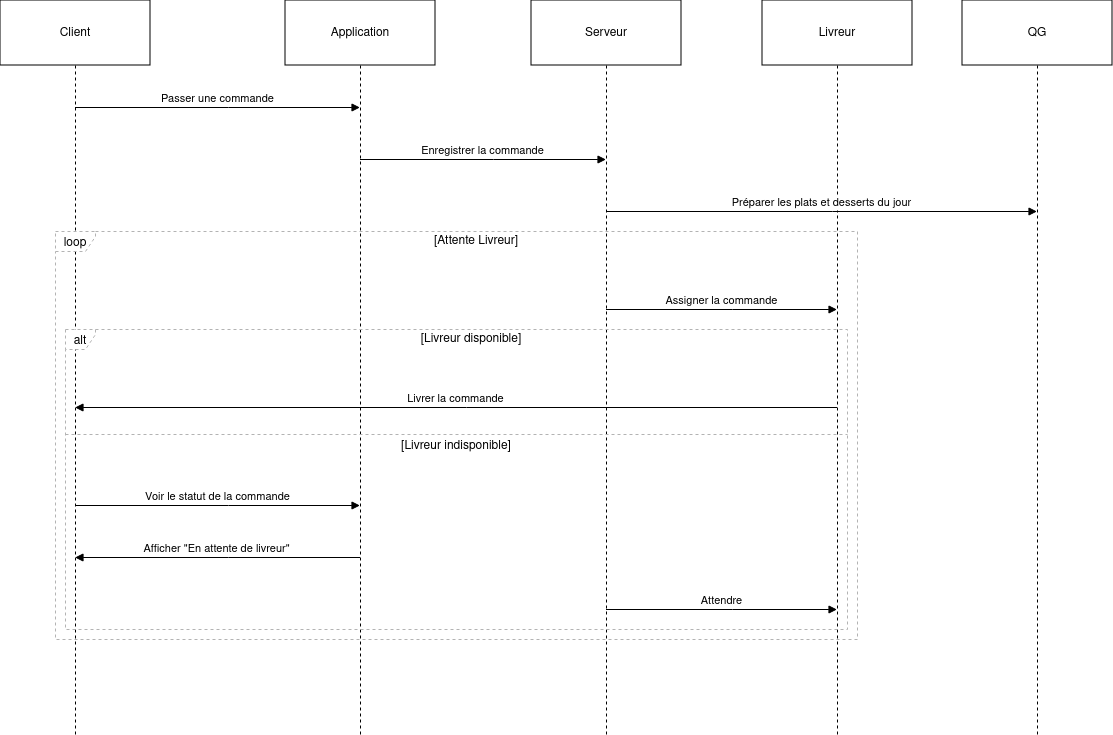
The draw.io diagram livrables/Projet 4 - diagramme de séquences - création de commande.drawio.png in thomaschagneux/ExpressFood, before a commit. Source tidied: cells renumbered, new cells last; positions are measured from the earlier drawing's top-left corner, leaving out a move shared by most shapes.
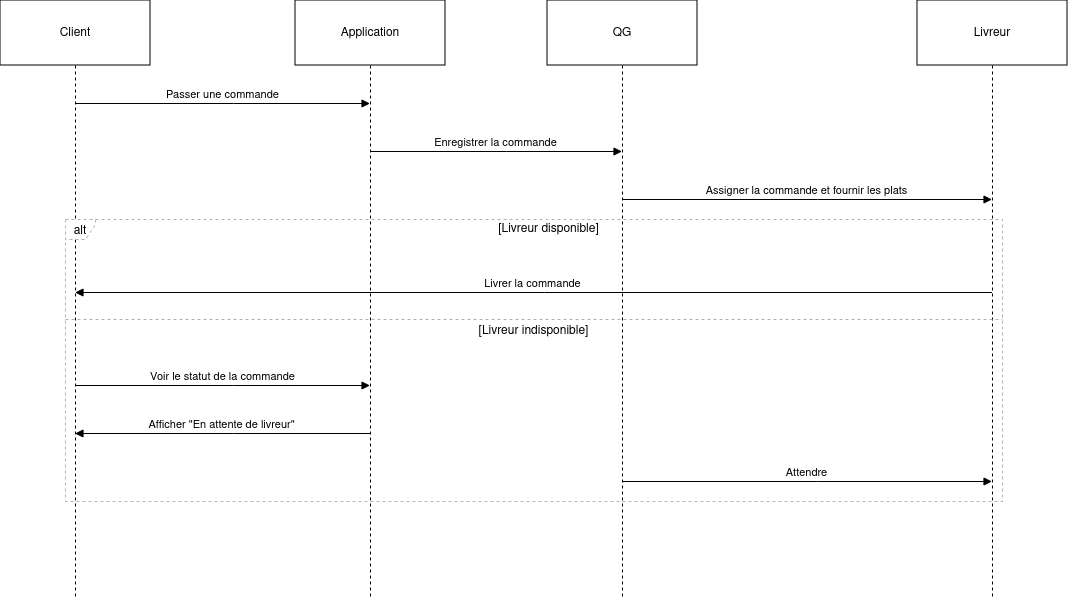
The same diagram one commit later.

The edit, as a diff of the source:
```diff
@@ -3,88 +3,72 @@
     <mxCell id="0" />
     <mxCell id="1" parent="0" />
     <mxCell id="2" value="Client" style="shape=umlLifeline;perimeter=lifelinePerimeter;whiteSpace=wrap;outlineConnect=0;portConstraint=eastwest;newEdgeStyle={&quot;edgeStyle&quot;:&quot;elbowEdgeStyle&quot;,&quot;elbow&quot;:&quot;vertical&quot;,&quot;curved&quot;:0,&quot;rounded&quot;:0};size=65;" parent="1" vertex="1">
-      <mxGeometry width="150" height="734" as="geometry" />
+      <mxGeometry x="20" y="20" width="150" height="596" as="geometry" />
     </mxCell>
     <mxCell id="3" value="Application" style="shape=umlLifeline;perimeter=lifelinePerimeter;whiteSpace=wrap;outlineConnect=0;portConstraint=eastwest;newEdgeStyle={&quot;edgeStyle&quot;:&quot;elbowEdgeStyle&quot;,&quot;elbow&quot;:&quot;vertical&quot;,&quot;curved&quot;:0,&quot;rounded&quot;:0};size=65;" parent="1" vertex="1">
-      <mxGeometry x="285" width="150" height="734" as="geometry" />
+      <mxGeometry x="315" y="20" width="150" height="596" as="geometry" />
     </mxCell>
-    <mxCell id="4" value="Serveur" style="shape=umlLifeline;perimeter=lifelinePerimeter;whiteSpace=wrap;outlineConnect=0;portConstraint=eastwest;newEdgeStyle={&quot;edgeStyle&quot;:&quot;elbowEdgeStyle&quot;,&quot;elbow&quot;:&quot;vertical&quot;,&quot;curved&quot;:0,&quot;rounded&quot;:0};size=65;" parent="1" vertex="1">
-      <mxGeometry x="531" width="150" height="734" as="geometry" />
-    </mxCell>
+    <mxCell id="6" value="QG" style="shape=umlLifeline;perimeter=lifelinePerimeter;whiteSpace=wrap;outlineConnect=0;portConstraint=eastwest;newEdgeStyle={&quot;edgeStyle&quot;:&quot;elbowEdgeStyle&quot;,&quot;elbow&quot;:&quot;vertical&quot;,&quot;curved&quot;:0,&quot;rounded&quot;:0};size=65;" parent="1" vertex="1">
+      <mxGeometry x="567" y="20" width="150" height="596" as="geometry" />
+    </mxCell>
     <mxCell id="5" value="Livreur" style="shape=umlLifeline;perimeter=lifelinePerimeter;whiteSpace=wrap;outlineConnect=0;portConstraint=eastwest;newEdgeStyle={&quot;edgeStyle&quot;:&quot;elbowEdgeStyle&quot;,&quot;elbow&quot;:&quot;vertical&quot;,&quot;curved&quot;:0,&quot;rounded&quot;:0};size=65;" parent="1" vertex="1">
-      <mxGeometry x="762" width="150" height="734" as="geometry" />
+      <mxGeometry x="937" y="20" width="150" height="596" as="geometry" />
     </mxCell>
-    <mxCell id="6" value="QG" style="shape=umlLifeline;perimeter=lifelinePerimeter;whiteSpace=wrap;outlineConnect=0;portConstraint=eastwest;newEdgeStyle={&quot;edgeStyle&quot;:&quot;elbowEdgeStyle&quot;,&quot;elbow&quot;:&quot;vertical&quot;,&quot;curved&quot;:0,&quot;rounded&quot;:0};size=65;" parent="1" vertex="1">
-      <mxGeometry x="962" width="150" height="734" as="geometry" />
-    </mxCell>
     <mxCell id="7" value="alt" style="shape=umlFrame;dashed=1;strokeColor=#B3B3B3;height=20;width=30;" parent="1" vertex="1">
-      <mxGeometry x="65" y="329" width="782" height="300" as="geometry" />
+      <mxGeometry x="85" y="239" width="937" height="282" as="geometry" />
     </mxCell>
     <mxCell id="8" value="[Livreur disponible]" style="text;strokeColor=none;fillColor=none;align=center;verticalAlign=middle;whiteSpace=wrap;" parent="7" vertex="1">
-      <mxGeometry x="30" width="752" height="20" as="geometry" />
+      <mxGeometry x="30" width="907" height="20" as="geometry" />
     </mxCell>
     <mxCell id="9" value="[Livreur indisponible]" style="shape=line;dashed=1;whiteSpace=wrap;verticalAlign=top;labelPosition=center;verticalLabelPosition=middle;align=center;strokeColor=#B3B3B3;" parent="7" vertex="1">
-      <mxGeometry y="103" width="782" height="4" as="geometry" />
+      <mxGeometry y="98" width="937" height="4" as="geometry" />
     </mxCell>
-    <mxCell id="10" value="loop" style="shape=umlFrame;dashed=1;strokeColor=#B3B3B3;height=20;width=40;" parent="1" vertex="1">
-      <mxGeometry x="55" y="231" width="802" height="408" as="geometry" />
-    </mxCell>
-    <mxCell id="11" value="[Attente Livreur]" style="text;strokeColor=none;fillColor=none;align=center;verticalAlign=middle;whiteSpace=wrap;" parent="10" vertex="1">
-      <mxGeometry x="40" width="762" height="20" as="geometry" />
-    </mxCell>
     <mxCell id="12" value="Passer une commande" style="verticalAlign=bottom;endArrow=block;edgeStyle=elbowEdgeStyle;elbow=vertical;curved=0;rounded=0;" parent="1" edge="1" source="2" target="3">
       <mxGeometry relative="1" as="geometry">
         <Array as="points">
-          <mxPoint x="228" y="107" />
+          <mxPoint x="253" y="123" />
         </Array>
       </mxGeometry>
     </mxCell>
-    <mxCell id="13" value="Enregistrer la commande" style="verticalAlign=bottom;endArrow=block;edgeStyle=elbowEdgeStyle;elbow=vertical;curved=0;rounded=0;" parent="1" edge="1" source="3" target="4">
+    <mxCell id="13" value="Enregistrer la commande" style="verticalAlign=bottom;endArrow=block;edgeStyle=elbowEdgeStyle;elbow=vertical;curved=0;rounded=0;" parent="1" edge="1" source="3" target="6">
       <mxGeometry relative="1" as="geometry">
         <Array as="points">
-          <mxPoint x="493" y="159" />
+          <mxPoint x="526" y="171" />
         </Array>
       </mxGeometry>
     </mxCell>
-    <mxCell id="14" value="Préparer les plats et desserts du jour" style="verticalAlign=bottom;endArrow=block;edgeStyle=elbowEdgeStyle;elbow=vertical;curved=0;rounded=0;" parent="1" edge="1" source="4" target="6">
-      <mxGeometry relative="1" as="geometry">
-        <Array as="points">
-          <mxPoint x="832" y="211" />
-        </Array>
-      </mxGeometry>
-    </mxCell>
-    <mxCell id="15" value="Assigner la commande" style="verticalAlign=bottom;endArrow=block;edgeStyle=elbowEdgeStyle;elbow=vertical;curved=0;rounded=0;" parent="1" edge="1" source="4" target="5">
-      <mxGeometry relative="1" as="geometry">
-        <Array as="points">
-          <mxPoint x="732" y="309" />
-        </Array>
-      </mxGeometry>
-    </mxCell>
+    <mxCell id="20" value="Assigner la commande et fournir les plats" style="verticalAlign=bottom;endArrow=block;edgeStyle=elbowEdgeStyle;elbow=vertical;curved=0;rounded=0;" parent="1" edge="1" source="6" target="5">
+      <mxGeometry relative="1" as="geometry">
+        <Array as="points">
+          <mxPoint x="837" y="219" />
+        </Array>
+      </mxGeometry>
+    </mxCell>
     <mxCell id="16" value="Livrer la commande" style="verticalAlign=bottom;endArrow=block;edgeStyle=elbowEdgeStyle;elbow=vertical;curved=0;rounded=0;" parent="1" edge="1" source="5" target="2">
       <mxGeometry relative="1" as="geometry">
         <Array as="points">
-          <mxPoint x="466" y="407" />
+          <mxPoint x="564" y="312" />
         </Array>
       </mxGeometry>
     </mxCell>
     <mxCell id="17" value="Voir le statut de la commande" style="verticalAlign=bottom;endArrow=block;edgeStyle=elbowEdgeStyle;elbow=vertical;curved=0;rounded=0;" parent="1" edge="1" source="2" target="3">
       <mxGeometry relative="1" as="geometry">
         <Array as="points">
-          <mxPoint x="228" y="505" />
+          <mxPoint x="253" y="405" />
         </Array>
       </mxGeometry>
     </mxCell>
     <mxCell id="18" value="Afficher &quot;En attente de livreur&quot;" style="verticalAlign=bottom;endArrow=block;edgeStyle=elbowEdgeStyle;elbow=vertical;curved=0;rounded=0;" parent="1" edge="1" source="3" target="2">
       <mxGeometry relative="1" as="geometry">
         <Array as="points">
-          <mxPoint x="228" y="557" />
+          <mxPoint x="253" y="453" />
         </Array>
       </mxGeometry>
     </mxCell>
-    <mxCell id="19" value="Attendre" style="verticalAlign=bottom;endArrow=block;edgeStyle=elbowEdgeStyle;elbow=vertical;curved=0;rounded=0;" parent="1" edge="1" source="4" target="5">
+    <mxCell id="19" value="Attendre" style="verticalAlign=bottom;endArrow=block;edgeStyle=elbowEdgeStyle;elbow=vertical;curved=0;rounded=0;" parent="1" edge="1" source="6" target="5">
       <mxGeometry relative="1" as="geometry">
         <Array as="points">
-          <mxPoint x="732" y="609" />
+          <mxPoint x="837" y="501" />
         </Array>
       </mxGeometry>
     </mxCell>
```
